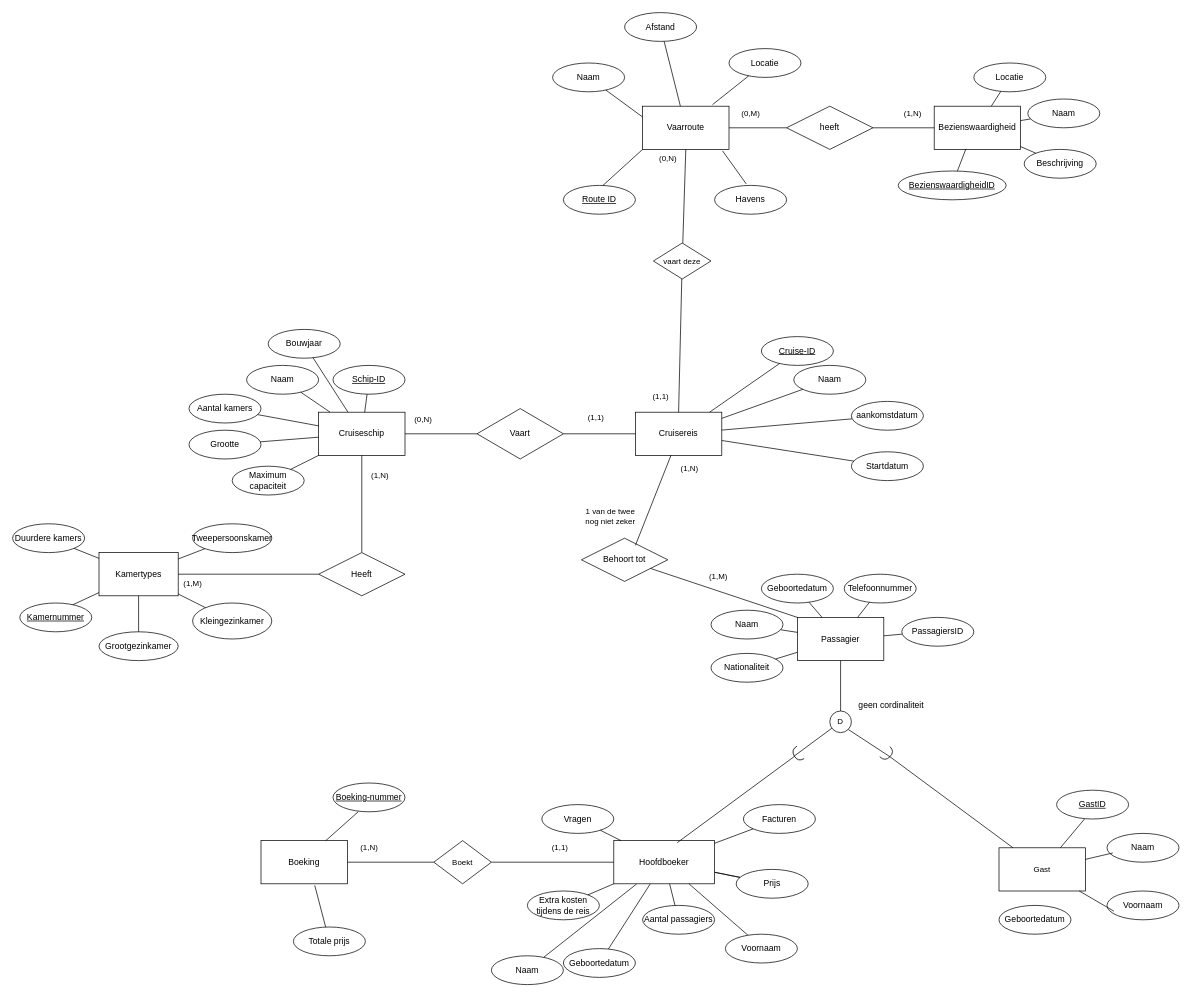
This is conceptueel datamodel.drawio from IgnaceVanbrabant/prodject-database, a draw.io file, before an edit. Source tidied: cells renumbered, new cells numbered last; positions are measured from the earlier drawing's top-left corner, leaving out a move shared by most shapes. Both pictures are drawn from the tidied source at 72%, with x=0, y=0 at pixel (12, 12).
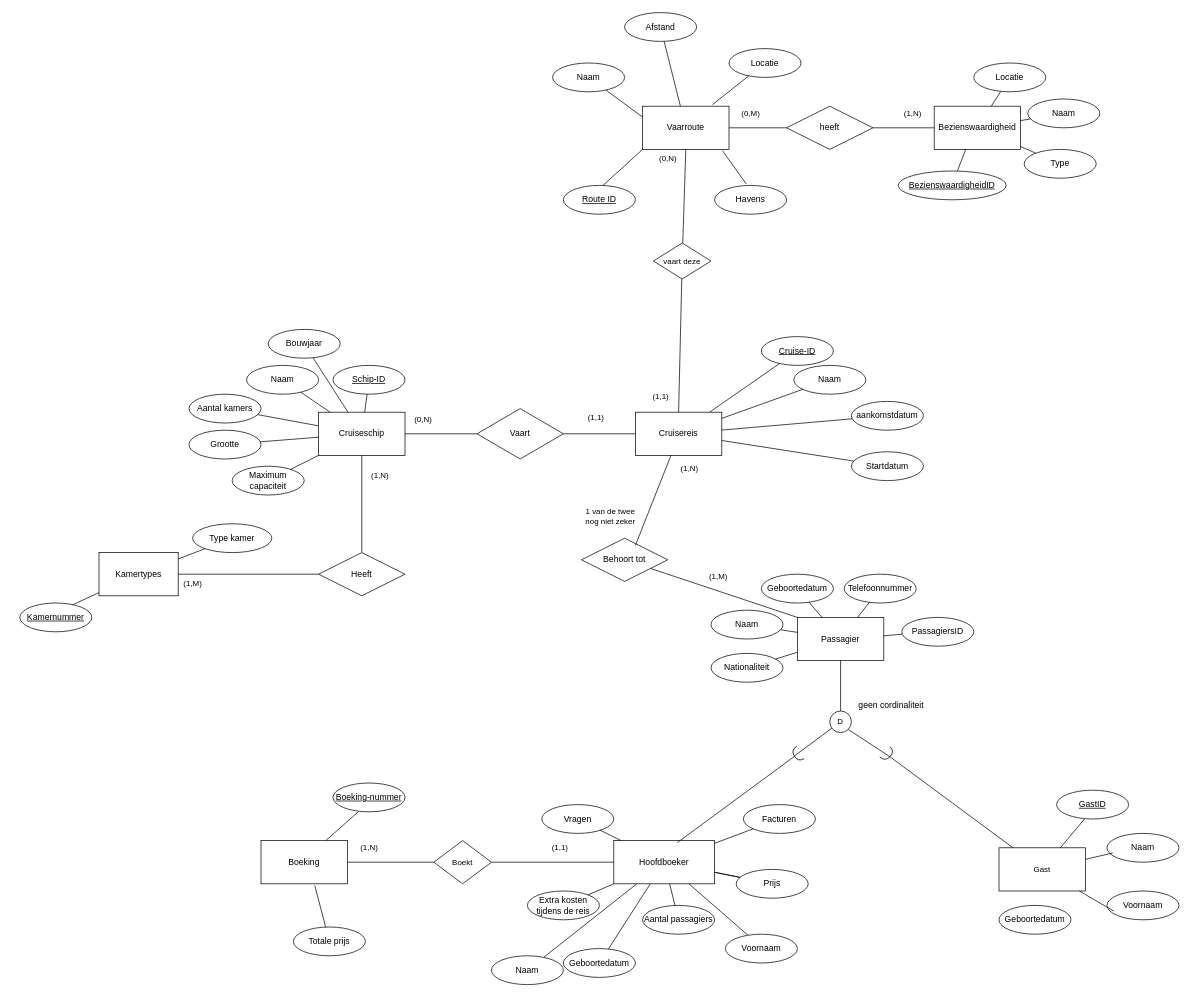
After the change.

The change refers to these unchanged cells:
```xml
<mxCell id="14" value="Kamertypes" style="whiteSpace=wrap;html=1;align=center;" parent="1" vertex="1">
  <mxGeometry x="120" y="750" width="110" height="60" as="geometry" />
</mxCell>
```

Change to the diagram source:
```diff
@@
-    <mxCell id="15" value="Duurdere kamers" style="ellipse;whiteSpace=wrap;html=1;align=center;" parent="1" vertex="1">
-      <mxGeometry y="710" width="100" height="40" as="geometry" />
-    </mxCell>
-    <mxCell id="16" value="Kleingezinkamer" style="ellipse;whiteSpace=wrap;html=1;align=center;" parent="1" vertex="1">
-      <mxGeometry x="250" y="820" width="110" height="50" as="geometry" />
-    </mxCell>
-    <mxCell id="17" value="Tweepersoonskamer" style="ellipse;whiteSpace=wrap;html=1;align=center;" parent="1" vertex="1">
+    <mxCell id="17" value="Type kamer" style="ellipse;whiteSpace=wrap;html=1;align=center;" parent="1" vertex="1">
       <mxGeometry x="250" y="710" width="110" height="40" as="geometry" />
     </mxCell>
@@
-    <mxCell id="22" value="Grootgezinkamer" style="ellipse;whiteSpace=wrap;html=1;align=center;" parent="1" vertex="1">
-      <mxGeometry x="120" y="860" width="110" height="40" as="geometry" />
-    </mxCell>
-    <mxCell id="23" style="endArrow=none;html=1;rounded=0;" parent="1" edge="1" source="15" target="14">
-      <mxGeometry relative="1" as="geometry" />
-    </mxCell>
@@
-    <mxCell id="25" style="endArrow=none;html=1;rounded=0;" parent="1" edge="1" source="14" target="16">
-      <mxGeometry relative="1" as="geometry" />
-    </mxCell>
-    <mxCell id="26" style="endArrow=none;html=1;rounded=0;" parent="1" edge="1" source="22" target="14">
-      <mxGeometry relative="1" as="geometry" />
-    </mxCell>
@@
-    <mxCell id="72" value="Beschrijving" style="ellipse;whiteSpace=wrap;html=1;align=center;direction=west;" parent="1" vertex="1">
+    <mxCell id="72" value="Type" style="ellipse;whiteSpace=wrap;html=1;align=center;direction=west;" parent="1" vertex="1">
       <mxGeometry x="1405" y="190" width="100" height="40" as="geometry" />
     </mxCell>
```
